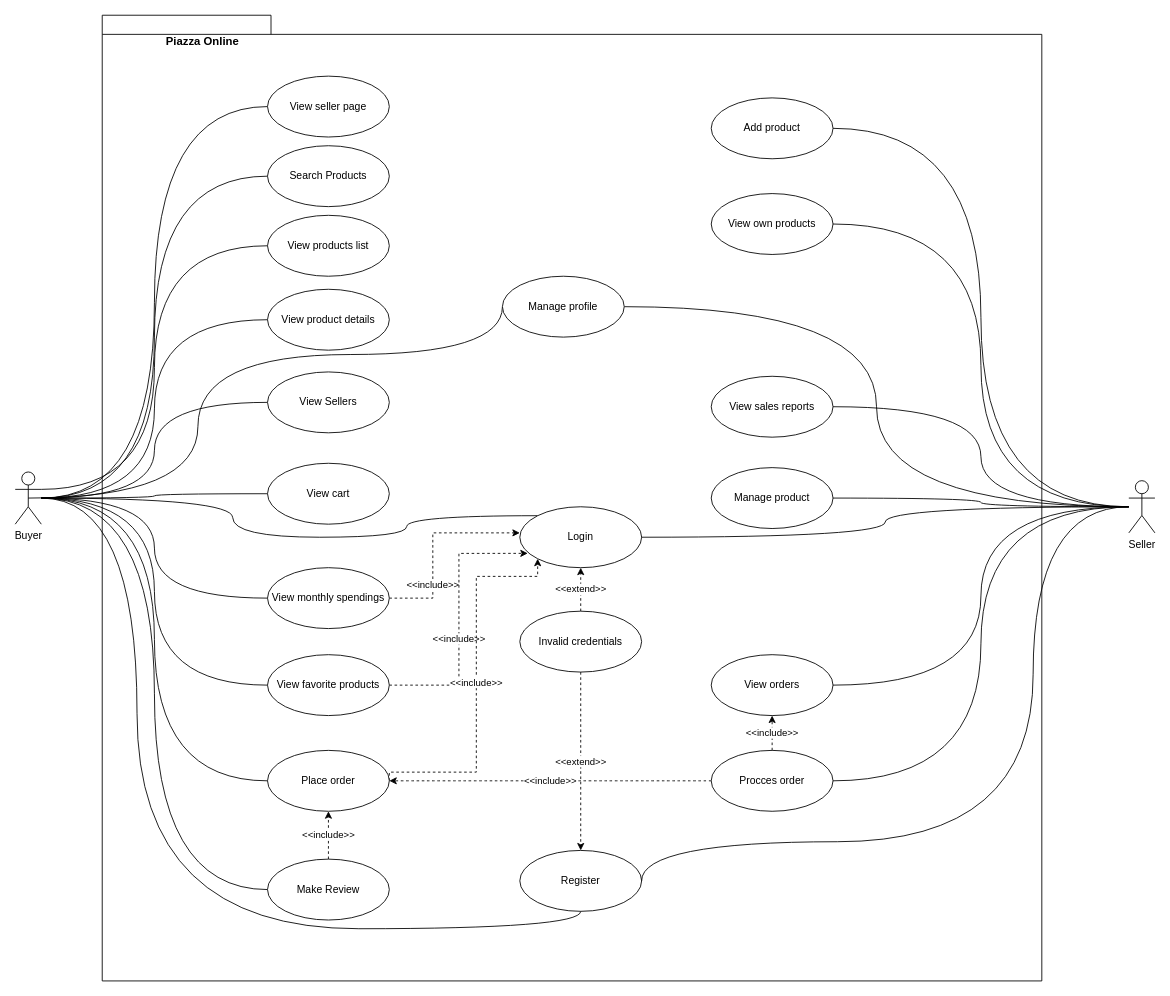
Above: page "use_cases" (1 of 2) of use_case_diagram.drawio in VladCiobotariu/InternshipProject (draw.io), before the change. Source tidied: cells renumbered, new cells numbered last; positions are measured from the earlier drawing's top-left corner, leaving out a move shared by most shapes. Both pictures are drawn from the tidied source at 87%, with x=0, y=0 at pixel (15, 15).
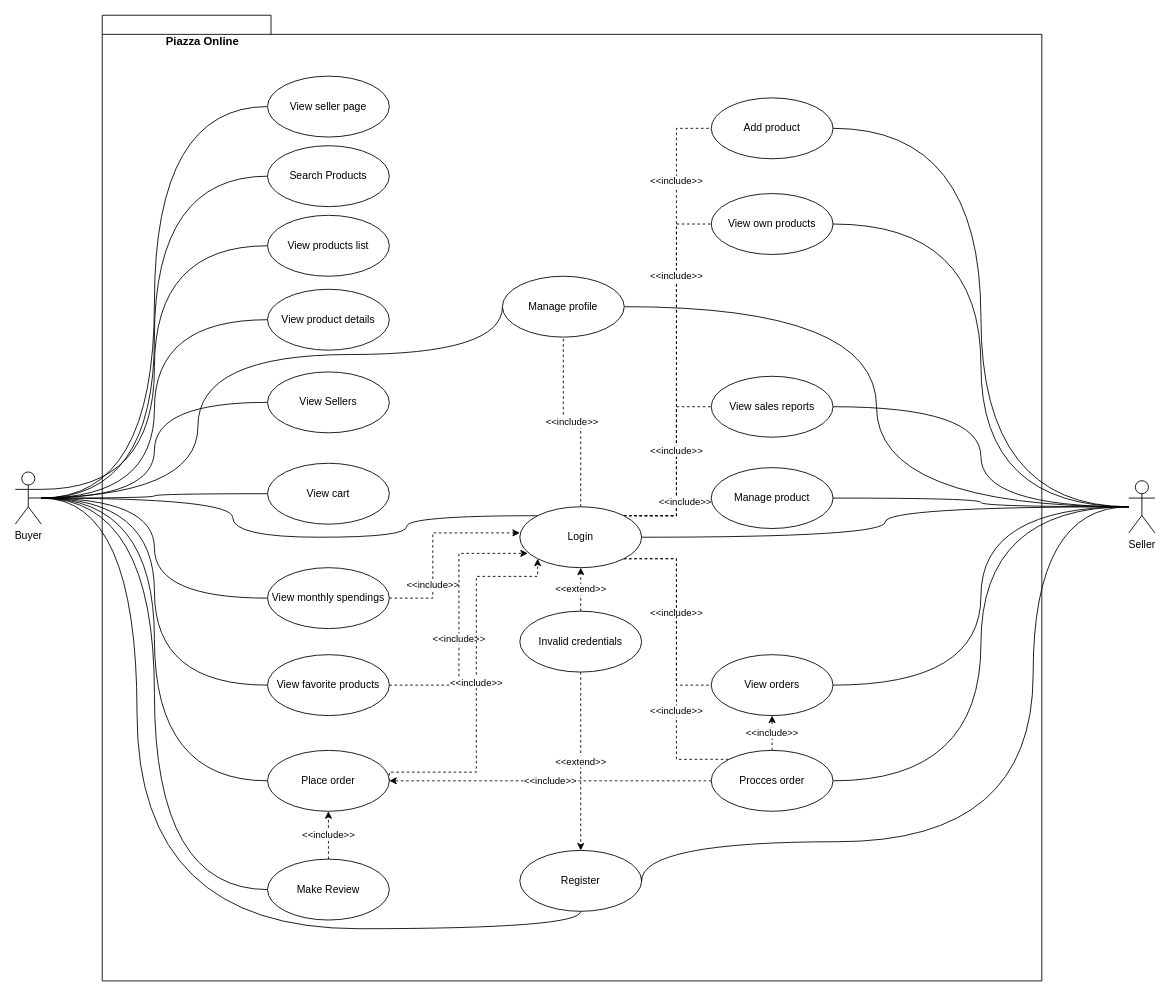
After the change.

Commit message:
updated use case

The change refers to these unchanged cells:
```xml
<mxCell id="18" value="Login" style="ellipse;whiteSpace=wrap;html=1;" parent="1" vertex="1">
  <mxGeometry x="580" y="565" width="140" height="70" as="geometry" />
</mxCell>
<mxCell id="45" value="Add product" style="ellipse;whiteSpace=wrap;html=1;" parent="1" vertex="1">
  <mxGeometry x="800" y="95" width="140" height="70" as="geometry" />
</mxCell>
<mxCell id="48" value="Procces order" style="ellipse;whiteSpace=wrap;html=1;" parent="1" vertex="1">
  <mxGeometry x="800" y="845" width="140" height="70" as="geometry" />
</mxCell>
<mxCell id="49" value="View orders" style="ellipse;whiteSpace=wrap;html=1;" parent="1" vertex="1">
  <mxGeometry x="800" y="735" width="140" height="70" as="geometry" />
</mxCell>
<mxCell id="50" value="Manage profile" style="ellipse;whiteSpace=wrap;html=1;" parent="1" vertex="1">
  <mxGeometry x="560" y="300" width="140" height="70" as="geometry" />
</mxCell>
<mxCell id="53" value="View sales reports" style="ellipse;whiteSpace=wrap;html=1;" parent="1" vertex="1">
  <mxGeometry x="800" y="415" width="140" height="70" as="geometry" />
</mxCell>
<mxCell id="54" value="Manage product" style="ellipse;whiteSpace=wrap;html=1;" parent="1" vertex="1">
  <mxGeometry x="800" y="520" width="140" height="70" as="geometry" />
</mxCell>
<mxCell id="55" value="View own products" style="ellipse;whiteSpace=wrap;html=1;" parent="1" vertex="1">
  <mxGeometry x="800" y="205" width="140" height="70" as="geometry" />
</mxCell>
```

The edit, as a diff of the source:
```diff
@@
+    <mxCell id="57" value="&amp;lt;&amp;lt;include&amp;gt;&amp;gt;" style="edgeStyle=orthogonalEdgeStyle;rounded=0;jettySize=auto;html=1;entryX=0.5;entryY=1;entryDx=0;entryDy=0;endArrow=none;endFill=0;dashed=1;" parent="1" edge="1" source="18" target="50">
+      <mxGeometry relative="1" as="geometry" />
+    </mxCell>
+    <mxCell id="58" value="&amp;lt;&amp;lt;include&amp;gt;&amp;gt;" style="edgeStyle=orthogonalEdgeStyle;rounded=0;jettySize=auto;html=1;exitX=1;exitY=0;exitDx=0;exitDy=0;entryX=0;entryY=0.5;entryDx=0;entryDy=0;endArrow=none;endFill=0;dashed=1;" parent="1" edge="1" source="18" target="45">
+      <mxGeometry x="0.63" relative="1" as="geometry" />
+    </mxCell>
+    <mxCell id="59" value="&lt;span style=&quot;color: rgb(0, 0, 0); font-family: Helvetica; font-size: 11px; font-style: normal; font-variant-ligatures: normal; font-variant-caps: normal; font-weight: 400; letter-spacing: normal; orphans: 2; text-align: center; text-indent: 0px; text-transform: none; widows: 2; word-spacing: 0px; -webkit-text-stroke-width: 0px; background-color: rgb(255, 255, 255); text-decoration-thickness: initial; text-decoration-style: initial; text-decoration-color: initial; float: none; display: inline !important;&quot;&gt;&amp;lt;&amp;lt;include&amp;gt;&amp;gt;&lt;/span&gt;" style="edgeStyle=orthogonalEdgeStyle;rounded=0;jettySize=auto;html=1;exitX=1;exitY=0;exitDx=0;exitDy=0;entryX=0;entryY=0.5;entryDx=0;entryDy=0;endArrow=none;endFill=0;dashed=1;" parent="1" edge="1" source="18" target="55">
+      <mxGeometry x="0.54" relative="1" as="geometry" />
+    </mxCell>
+    <mxCell id="60" value="&amp;lt;&amp;lt;include&amp;gt;&amp;gt;" style="edgeStyle=orthogonalEdgeStyle;rounded=0;jettySize=auto;html=1;exitX=1;exitY=0;exitDx=0;exitDy=0;entryX=0;entryY=0.5;entryDx=0;entryDy=0;endArrow=none;endFill=0;dashed=1;" parent="1" edge="1" source="18" target="53">
+      <mxGeometry x="0.2" relative="1" as="geometry" />
+    </mxCell>
+    <mxCell id="61" value="&lt;span style=&quot;color: rgb(0, 0, 0); font-family: Helvetica; font-size: 11px; font-style: normal; font-variant-ligatures: normal; font-variant-caps: normal; font-weight: 400; letter-spacing: normal; orphans: 2; text-align: center; text-indent: 0px; text-transform: none; widows: 2; word-spacing: 0px; -webkit-text-stroke-width: 0px; background-color: rgb(255, 255, 255); text-decoration-thickness: initial; text-decoration-style: initial; text-decoration-color: initial; float: none; display: inline !important;&quot;&gt;&amp;lt;&amp;lt;include&amp;gt;&amp;gt;&lt;/span&gt;" style="edgeStyle=orthogonalEdgeStyle;rounded=0;jettySize=auto;html=1;exitX=1;exitY=0;exitDx=0;exitDy=0;endArrow=none;endFill=0;dashed=1;" parent="1" edge="1" source="18" target="54">
+      <mxGeometry x="0.5" y="-5" relative="1" as="geometry" />
+    </mxCell>
+    <mxCell id="62" value="&amp;lt;&amp;lt;include&amp;gt;&amp;gt;" style="edgeStyle=orthogonalEdgeStyle;rounded=0;jettySize=auto;html=1;exitX=1;exitY=1;exitDx=0;exitDy=0;entryX=0;entryY=0.5;entryDx=0;entryDy=0;endArrow=none;endFill=0;dashed=1;" parent="1" edge="1" source="18" target="49">
+      <mxGeometry relative="1" as="geometry" />
+    </mxCell>
+    <mxCell id="63" value="&amp;lt;&amp;lt;include&amp;gt;&amp;gt;" style="edgeStyle=orthogonalEdgeStyle;rounded=0;jettySize=auto;html=1;exitX=1;exitY=1;exitDx=0;exitDy=0;entryX=0;entryY=0;entryDx=0;entryDy=0;endArrow=none;endFill=0;dashed=1;" parent="1" edge="1" source="18" target="48">
+      <mxGeometry x="0.34" relative="1" as="geometry">
+        <Array as="points">
+          <mxPoint x="760" y="624" />
+          <mxPoint x="760" y="855" />
+        </Array>
+      </mxGeometry>
+    </mxCell>
```
